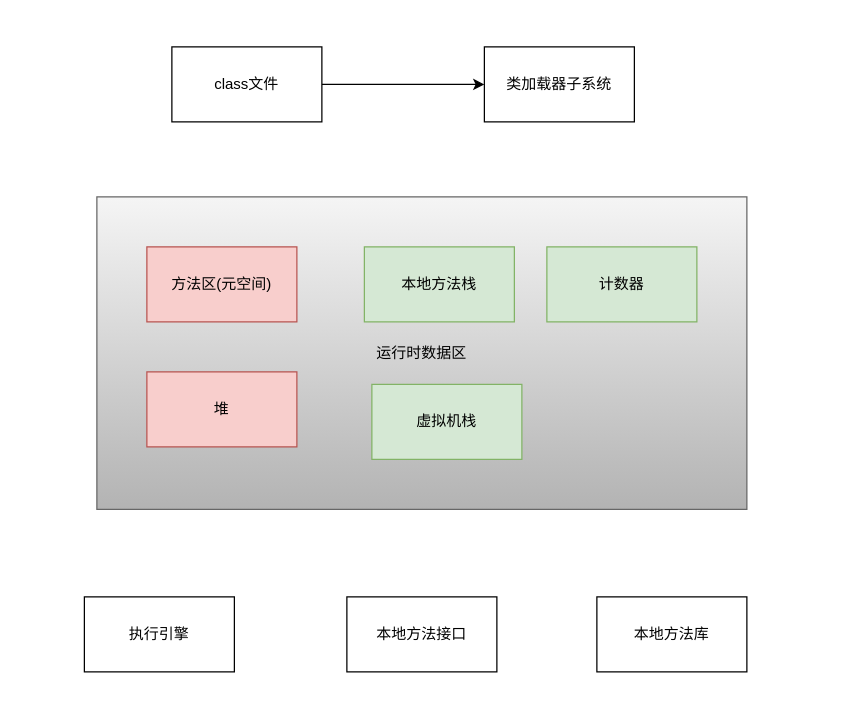
Before: jvm.drawio in rea-leaf/diagrams-data, a draw.io diagram. Source tidied: cells renumbered, new cells numbered last; positions are measured from the earlier drawing's top-left corner, leaving out a move shared by most shapes. Both pictures are drawn from the tidied source at 125%, with x=0, y=0 at pixel (84, 46).
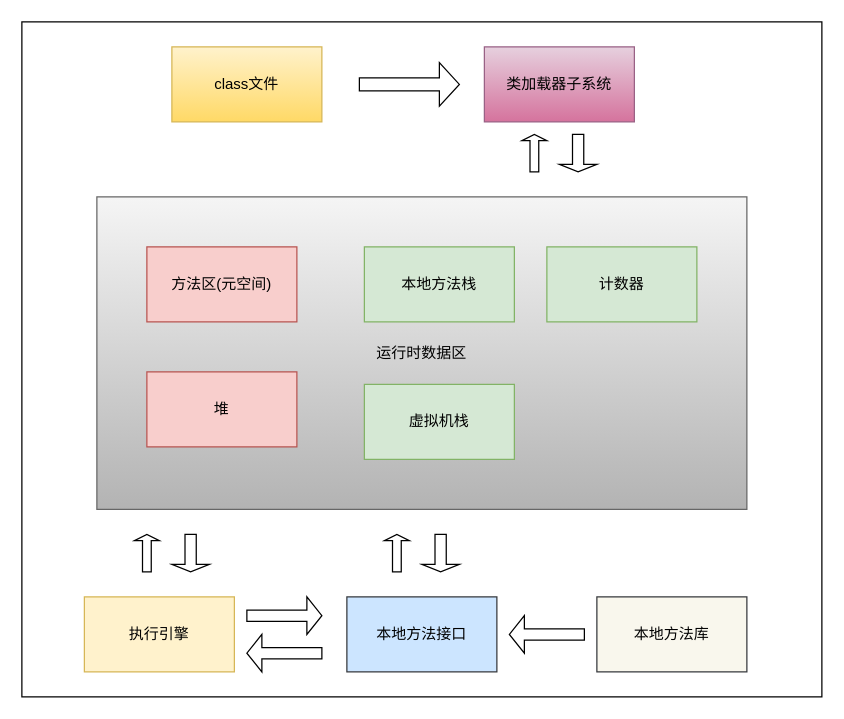
The same diagram, later.

Diff of the diagram source:
```diff
@@
+    <mxCell id="14" style="rounded=0;whiteSpace=wrap;html=1;" parent="1" vertex="1">
+      <mxGeometry x="-50" y="-20" width="640" height="540" as="geometry" />
+    </mxCell>
@@
-    <mxCell id="3" style="edgeStyle=orthogonalEdgeStyle;rounded=0;jettySize=auto;html=1;" parent="1" edge="1" source="4" target="5">
-      <mxGeometry relative="1" as="geometry" />
-    </mxCell>
-    <mxCell id="4" value="class文件" style="rounded=0;whiteSpace=wrap;html=1;" parent="1" vertex="1">
+    <mxCell id="4" value="class文件" style="rounded=0;whiteSpace=wrap;html=1;fillColor=#fff2cc;gradientColor=#ffd966;strokeColor=#d6b656;" parent="1" vertex="1">
       <mxGeometry x="70" width="120" height="60" as="geometry" />
     </mxCell>
-    <mxCell id="5" value="类加载器子系统" style="rounded=0;whiteSpace=wrap;html=1;" parent="1" vertex="1">
+    <mxCell id="5" value="类加载器子系统" style="rounded=0;whiteSpace=wrap;html=1;fillColor=#e6d0de;gradientColor=#d5739d;strokeColor=#996185;" parent="1" vertex="1">
       <mxGeometry x="320" width="120" height="60" as="geometry" />
     </mxCell>
-    <mxCell id="6" value="执行引擎" style="rounded=0;whiteSpace=wrap;html=1;" parent="1" vertex="1">
+    <mxCell id="6" value="执行引擎" style="rounded=0;whiteSpace=wrap;html=1;fillColor=#fff2cc;strokeColor=#d6b656;" parent="1" vertex="1">
       <mxGeometry y="440" width="120" height="60" as="geometry" />
     </mxCell>
-    <mxCell id="7" value="本地方法接口" style="rounded=0;whiteSpace=wrap;html=1;" parent="1" vertex="1">
+    <mxCell id="7" value="本地方法接口" style="rounded=0;whiteSpace=wrap;html=1;fillColor=#cce5ff;strokeColor=#36393d;" parent="1" vertex="1">
       <mxGeometry x="210" y="440" width="120" height="60" as="geometry" />
     </mxCell>
-    <mxCell id="8" value="本地方法库" style="rounded=0;whiteSpace=wrap;html=1;" parent="1" vertex="1">
+    <mxCell id="8" value="本地方法库" style="rounded=0;whiteSpace=wrap;html=1;fillColor=#f9f7ed;strokeColor=#36393d;" parent="1" vertex="1">
       <mxGeometry x="410" y="440" width="120" height="60" as="geometry" />
     </mxCell>
@@
     <mxCell id="13" value="虚拟机栈" style="rounded=0;whiteSpace=wrap;html=1;fillColor=#d5e8d4;strokeColor=#82b366;" parent="1" vertex="1">
-      <mxGeometry x="230" y="270" width="120" height="60" as="geometry" />
+      <mxGeometry x="224" y="270" width="120" height="60" as="geometry" />
     </mxCell>
+    <mxCell id="15" style="shape=singleArrow;direction=north;whiteSpace=wrap;html=1;arrowWidth=0.35;arrowSize=0.16666666666666666;" parent="1" vertex="1">
+      <mxGeometry x="40" y="390" width="20" height="30" as="geometry" />
+    </mxCell>
+    <mxCell id="16" style="shape=singleArrow;direction=south;whiteSpace=wrap;html=1;" parent="1" vertex="1">
+      <mxGeometry x="70" y="390" width="30" height="30" as="geometry" />
+    </mxCell>
+    <mxCell id="17" style="shape=singleArrow;whiteSpace=wrap;html=1;" parent="1" vertex="1">
+      <mxGeometry x="130" y="440" width="60" height="30" as="geometry" />
+    </mxCell>
+    <mxCell id="18" style="shape=singleArrow;direction=west;whiteSpace=wrap;html=1;" parent="1" vertex="1">
+      <mxGeometry x="130" y="470" width="60" height="30" as="geometry" />
+    </mxCell>
+    <mxCell id="19" style="shape=singleArrow;direction=west;whiteSpace=wrap;html=1;" parent="1" vertex="1">
+      <mxGeometry x="340" y="455" width="60" height="30" as="geometry" />
+    </mxCell>
+    <mxCell id="20" style="shape=singleArrow;direction=north;whiteSpace=wrap;html=1;arrowWidth=0.35;arrowSize=0.16666666666666666;" parent="1" vertex="1">
+      <mxGeometry x="350" y="70" width="20" height="30" as="geometry" />
+    </mxCell>
+    <mxCell id="21" style="shape=singleArrow;direction=south;whiteSpace=wrap;html=1;" parent="1" vertex="1">
+      <mxGeometry x="380" y="70" width="30" height="30" as="geometry" />
+    </mxCell>
+    <mxCell id="22" style="shape=singleArrow;direction=north;whiteSpace=wrap;html=1;arrowWidth=0.35;arrowSize=0.16666666666666666;" parent="1" vertex="1">
+      <mxGeometry x="240" y="390" width="20" height="30" as="geometry" />
+    </mxCell>
+    <mxCell id="23" style="shape=singleArrow;direction=south;whiteSpace=wrap;html=1;" parent="1" vertex="1">
+      <mxGeometry x="270" y="390" width="30" height="30" as="geometry" />
+    </mxCell>
+    <mxCell id="24" style="shape=singleArrow;whiteSpace=wrap;html=1;" parent="1" vertex="1">
+      <mxGeometry x="220" y="12.5" width="80" height="35" as="geometry" />
+    </mxCell>
```
